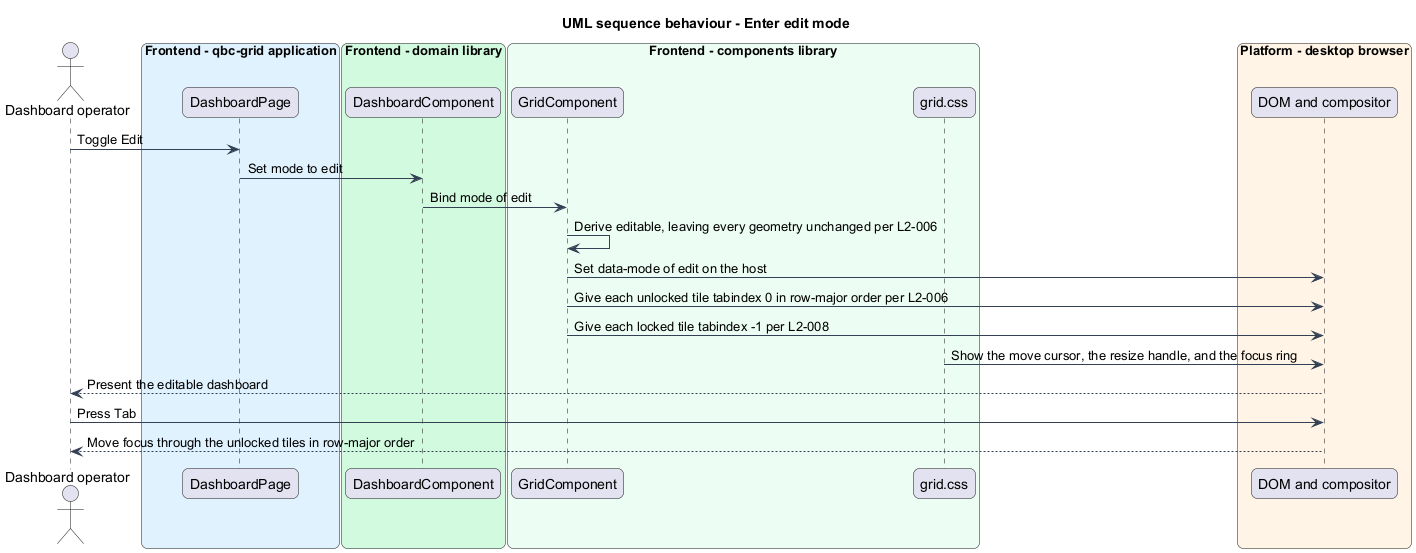
The PlantUML diagram docs/detailed-designs/tile-interaction/switch-grid-mode/diagrams/sequence-enter-edit.png in QuinntyneBrown/qbc-grid, before a commit. Source of this version:
```plantuml
@startuml
title UML sequence behaviour - Enter edit mode
skinparam backgroundColor #FFFFFF
skinparam shadowing false
skinparam roundcorner 12
skinparam defaultFontName Arial
skinparam ArrowColor #344054
skinparam rectangle {
  BorderColor #344054
  FontColor #101828
}
skinparam package {
  BorderColor #667085
  FontColor #101828
  BackgroundColor #F9FAFB
}
actor "Dashboard operator" as actor
box "Frontend - qbc-grid application" #E0F2FE
  participant "DashboardPage" as page
end box
box "Frontend - domain library" #D1FADF
  participant "DashboardComponent" as dashboard
end box
box "Frontend - components library" #ECFDF3
  participant "GridComponent" as grid
  participant "grid.css" as styles
end box
box "Platform - desktop browser" #FFF4E5
  participant "DOM and compositor" as dom
end box

actor -> page : Toggle Edit
page -> dashboard : Set mode to edit
dashboard -> grid : Bind mode of edit
grid -> grid : Derive editable, leaving every geometry unchanged per L2-006
grid -> dom : Set data-mode of edit on the host
grid -> dom : Give each unlocked tile tabindex 0 in row-major order per L2-006
grid -> dom : Give each locked tile tabindex -1 per L2-008
styles -> dom : Show the move cursor, the resize handle, and the focus ring
dom --> actor : Present the editable dashboard
actor -> dom : Press Tab
dom --> actor : Move focus through the unlocked tiles in row-major order
@enduml
```
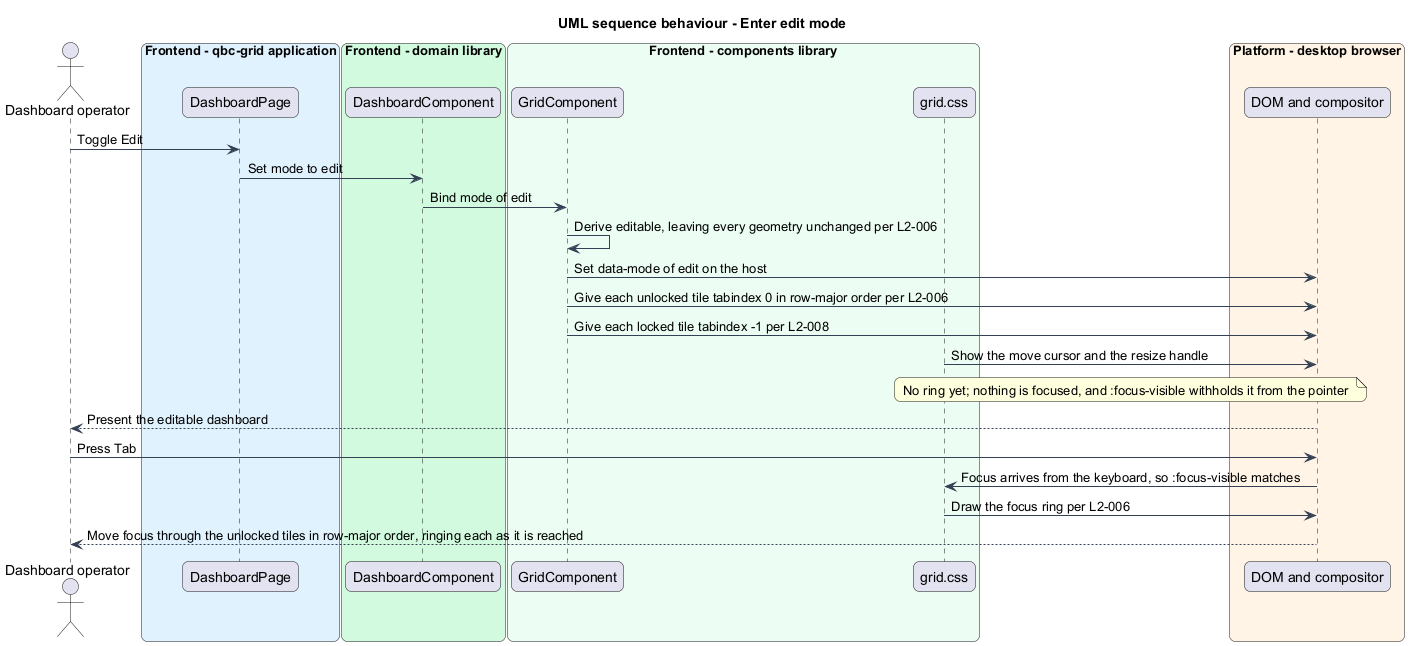
Later version of the same file.

Commit message:
docs: correct two more sequences left behind by later decisions

What changed in the source:
```diff
@@ -36,8 +36,11 @@
 grid -> dom : Set data-mode of edit on the host
 grid -> dom : Give each unlocked tile tabindex 0 in row-major order per L2-006
 grid -> dom : Give each locked tile tabindex -1 per L2-008
-styles -> dom : Show the move cursor, the resize handle, and the focus ring
+styles -> dom : Show the move cursor and the resize handle
+note over styles, dom : No ring yet; nothing is focused, and :focus-visible withholds it from the pointer
 dom --> actor : Present the editable dashboard
 actor -> dom : Press Tab
-dom --> actor : Move focus through the unlocked tiles in row-major order
+dom -> styles : Focus arrives from the keyboard, so :focus-visible matches
+styles -> dom : Draw the focus ring per L2-006
+dom --> actor : Move focus through the unlocked tiles in row-major order, ringing each as it is reached
 @enduml
```
